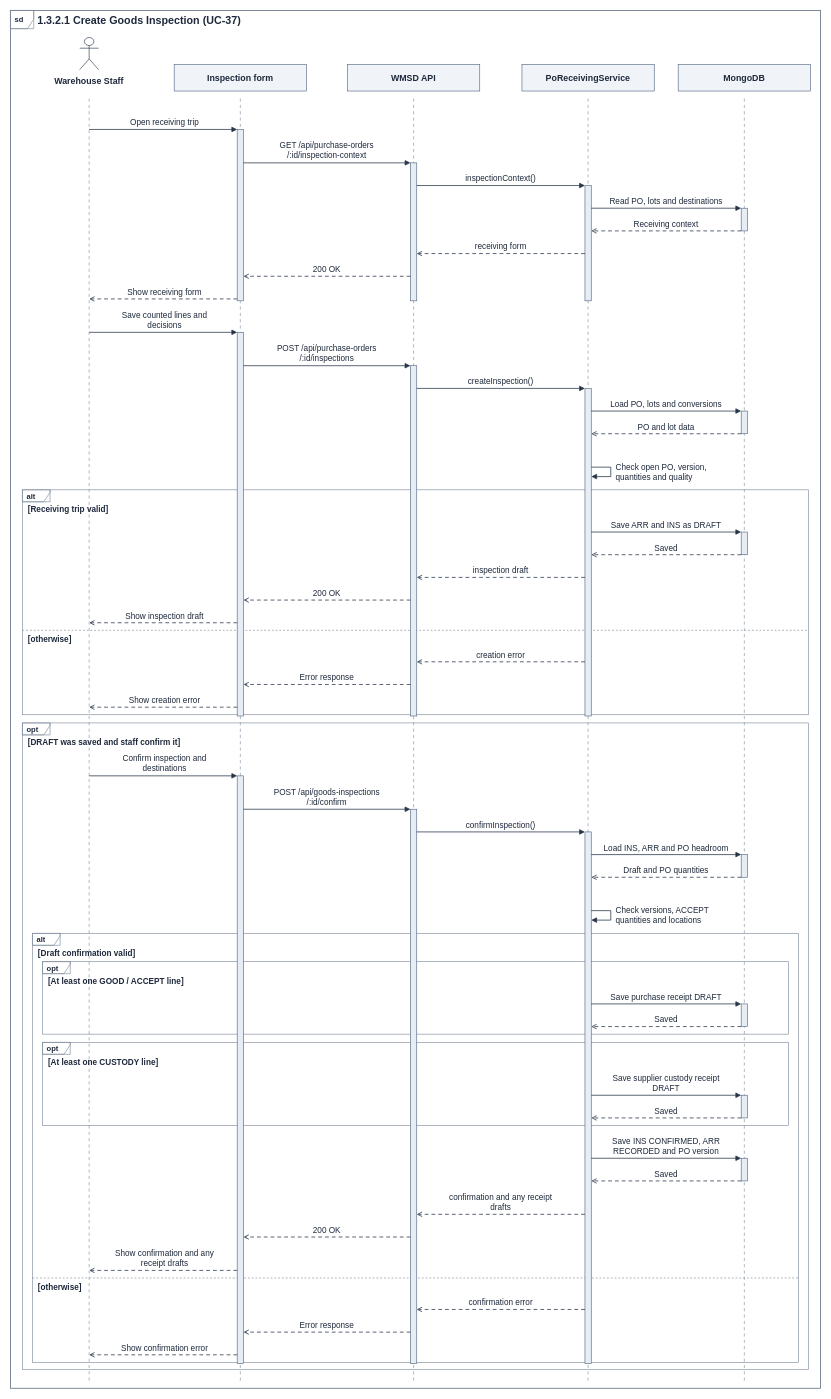
bupbalabup/wmsd_be keeps this draw.io diagram as page "1.3.2.1 Create Goods Inspection (UC-37)" (14 of 25) of git_doc/docs/04_so_do/WMSD_BF01_Diagrams.drawio. Above is the earlier version. Source tidied: cells renumbered, new cells numbered last; positions are measured from the earlier drawing's top-left corner, leaving out a move shared by most shapes. Both pictures are drawn from the tidied source at 63%, with x=0, y=0 at pixel (7, 7).
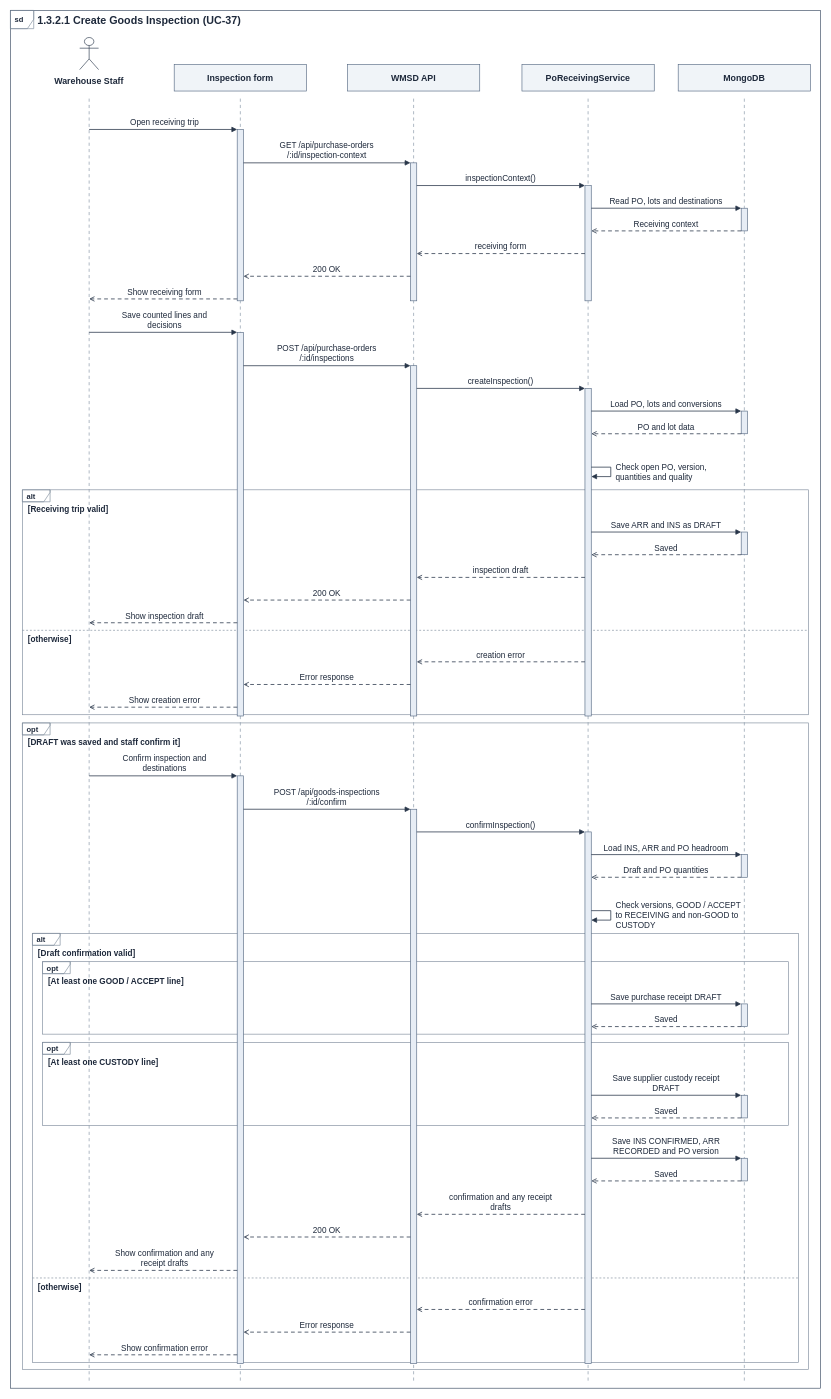
Above is the later version.

The edit, as a diff of the source:
```diff
@@
-    <mxCell id="81" value="Check versions, ACCEPT&#10;quantities and locations" style="text;html=0;strokeColor=none;fillColor=none;spacing=0;align=left;verticalAlign=middle;whiteSpace=nowrap;overflow=visible;fontFamily=Arial;fontSize=13;fontColor=#1E293B;fontStyle=0;" parent="6" vertex="1">
+    <mxCell id="81" value="Check versions, GOOD / ACCEPT&#10;to RECEIVING and non-GOOD to&#10;CUSTODY" style="text;html=0;strokeColor=none;fillColor=none;spacing=0;align=left;verticalAlign=middle;whiteSpace=nowrap;overflow=visible;fontFamily=Arial;fontSize=13;fontColor=#1E293B;fontStyle=0;" parent="6" vertex="1">
       <mxGeometry x="966" y="1424" width="192" height="34" as="geometry" />
     </mxCell>
```
